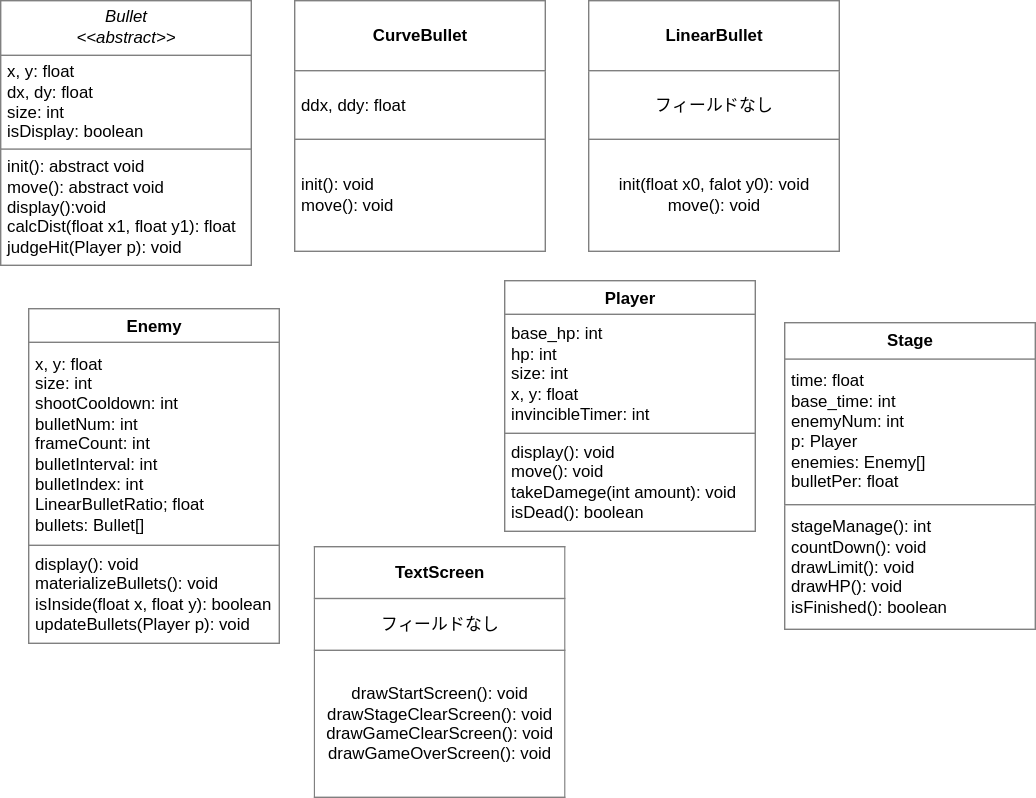
Before: oop_report/uml.drawio.svg, a diagram exported from draw.io (judz218/oop). Source tidied: cells renumbered, new cells last; positions are measured from the earlier drawing's top-left corner, leaving out a move shared by most shapes.
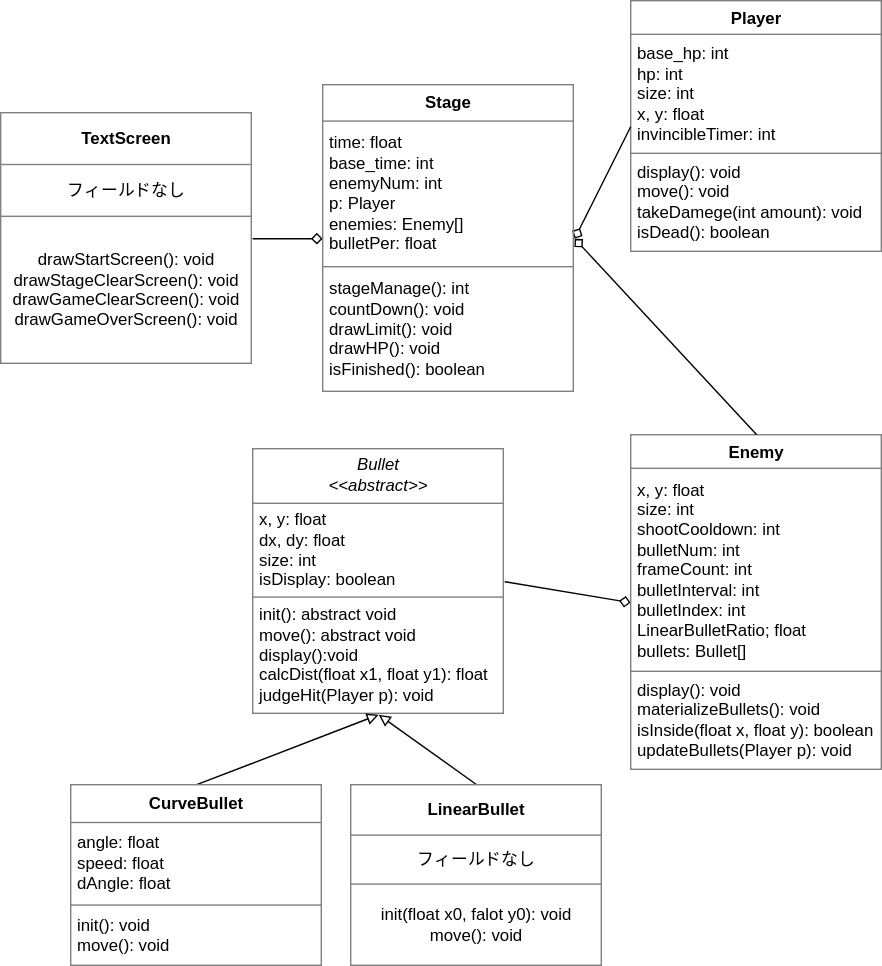
After the commit.

Commit message:
クラス図変えた

Diff of the diagram source:
```diff
@@ -2,26 +2,44 @@
   <root>
     <mxCell id="0" />
     <mxCell id="1" parent="0" />
+    <mxCell id="9" style="edgeStyle=none;html=1;exitX=1;exitY=0.5;exitDx=0;exitDy=0;entryX=0;entryY=0.5;entryDx=0;entryDy=0;startArrow=none;startFill=0;endArrow=diamond;endFill=0;" parent="1" edge="1" source="2" target="4">
+      <mxGeometry relative="1" as="geometry" />
+    </mxCell>
     <mxCell id="2" value="&lt;table border=&quot;1&quot; width=&quot;100%&quot; height=&quot;100%&quot; cellpadding=&quot;4&quot; style=&quot;width:100%;height:100%;border-collapse:collapse;&quot;&gt;&lt;tbody&gt;&lt;tr&gt;&lt;th&gt;&lt;div style=&quot;text-align: center;&quot;&gt;&lt;span style=&quot;background-color: transparent; font-weight: normal;&quot;&gt;&lt;i&gt;Bullet&lt;/i&gt;&lt;/span&gt;&lt;/div&gt;&lt;div style=&quot;text-align: center;&quot;&gt;&lt;span style=&quot;background-color: transparent; font-weight: normal;&quot;&gt;&lt;i&gt;&amp;lt;&amp;lt;abstract&amp;gt;&amp;gt;&lt;/i&gt;&lt;/span&gt;&lt;/div&gt;&lt;/th&gt;&lt;/tr&gt;&lt;tr&gt;&lt;td&gt;x, y: float&lt;br&gt;dx, dy: float&lt;br&gt;size: int&lt;br&gt;isDisplay: boolean&lt;/td&gt;&lt;/tr&gt;&lt;tr&gt;&lt;td&gt;init(): abstract void&lt;br&gt;move(): abstract void&lt;br&gt;display():void&lt;br&gt;calcDist(float x1, float y1): float&lt;br&gt;judgeHit(Player p): void&lt;/td&gt;&lt;/tr&gt;&lt;/tbody&gt;&lt;/table&gt;" style="text;html=1;whiteSpace=wrap;strokeColor=none;fillColor=none;overflow=fill;align=left;" parent="1" vertex="1">
-      <mxGeometry width="180" height="190" as="geometry" />
+      <mxGeometry x="260" y="-810" width="180" height="190" as="geometry" />
     </mxCell>
+    <mxCell id="10" style="edgeStyle=none;html=1;exitX=0.5;exitY=0;exitDx=0;exitDy=0;entryX=0.5;entryY=1;entryDx=0;entryDy=0;endArrow=block;endFill=0;" parent="1" edge="1" source="3" target="2">
+      <mxGeometry relative="1" as="geometry" />
+    </mxCell>
-    <mxCell id="3" value="&lt;table border=&quot;1&quot; width=&quot;100%&quot; height=&quot;100%&quot; cellpadding=&quot;4&quot; style=&quot;width:100%;height:100%;border-collapse:collapse;&quot;&gt;&lt;tbody&gt;&lt;tr&gt;&lt;th style=&quot;text-align: center;&quot;&gt;CurveBullet&lt;br&gt;&lt;/th&gt;&lt;/tr&gt;&lt;tr&gt;&lt;td style=&quot;&quot;&gt;ddx, ddy: float&lt;/td&gt;&lt;/tr&gt;&lt;tr&gt;&lt;td&gt;init(): void&lt;br&gt;move(): void&lt;/td&gt;&lt;/tr&gt;&lt;/tbody&gt;&lt;/table&gt;" style="text;html=1;whiteSpace=wrap;strokeColor=none;fillColor=none;overflow=fill;align=left;" parent="1" vertex="1">
-      <mxGeometry x="210" width="180" height="180" as="geometry" />
+    <mxCell id="3" value="&lt;table border=&quot;1&quot; width=&quot;100%&quot; height=&quot;100%&quot; cellpadding=&quot;4&quot; style=&quot;width:100%;height:100%;border-collapse:collapse;&quot;&gt;&lt;tbody&gt;&lt;tr&gt;&lt;th style=&quot;text-align: center;&quot;&gt;CurveBullet&lt;br&gt;&lt;/th&gt;&lt;/tr&gt;&lt;tr&gt;&lt;td style=&quot;&quot;&gt;angle: float&lt;br&gt;speed: float&lt;br&gt;dAngle: float&lt;/td&gt;&lt;/tr&gt;&lt;tr&gt;&lt;td&gt;init(): void&lt;br&gt;move(): void&lt;/td&gt;&lt;/tr&gt;&lt;/tbody&gt;&lt;/table&gt;" style="text;html=1;whiteSpace=wrap;strokeColor=none;fillColor=none;overflow=fill;align=left;" parent="1" vertex="1">
+      <mxGeometry x="130" y="-570" width="180" height="130" as="geometry" />
     </mxCell>
     <mxCell id="4" value="&lt;table border=&quot;1&quot; width=&quot;100%&quot; height=&quot;100%&quot; cellpadding=&quot;4&quot; style=&quot;width:100%;height:100%;border-collapse:collapse;&quot;&gt;&lt;tbody&gt;&lt;tr&gt;&lt;th align=&quot;center&quot;&gt;Enemy&lt;/th&gt;&lt;/tr&gt;&lt;tr&gt;&lt;td&gt;x, y: float&lt;br&gt;size: int&lt;br&gt;shootCooldown: int&lt;br&gt;bulletNum: int&lt;br&gt;frameCount: int&lt;br&gt;bulletInterval: int&lt;br&gt;bulletIndex: int&lt;br&gt;LinearBulletRatio; float&lt;br&gt;bullets: Bullet[]&lt;/td&gt;&lt;/tr&gt;&lt;tr&gt;&lt;td&gt;display(): void&lt;br&gt;materializeBullets(): void&lt;br&gt;isInside(float x, float y): boolean&lt;br&gt;updateBullets(Player p): void&lt;/td&gt;&lt;/tr&gt;&lt;/tbody&gt;&lt;/table&gt;" style="text;html=1;whiteSpace=wrap;strokeColor=none;fillColor=none;overflow=fill;" parent="1" vertex="1">
-      <mxGeometry x="20" y="220" width="180" height="240" as="geometry" />
+      <mxGeometry x="530" y="-820" width="180" height="240" as="geometry" />
     </mxCell>
     <mxCell id="5" value="&lt;table border=&quot;1&quot; width=&quot;100%&quot; height=&quot;100%&quot; cellpadding=&quot;4&quot; style=&quot;width:100%;height:100%;border-collapse:collapse;&quot;&gt;&lt;tbody&gt;&lt;tr&gt;&lt;th align=&quot;center&quot;&gt;Player&lt;br&gt;&lt;/th&gt;&lt;/tr&gt;&lt;tr&gt;&lt;td&gt;base_hp: int&lt;br&gt;hp: int&lt;br&gt;size: int&lt;br&gt;x, y: float&lt;br&gt;invincibleTimer: int&lt;/td&gt;&lt;/tr&gt;&lt;tr&gt;&lt;td&gt;display(): void&lt;br&gt;move(): void&lt;br&gt;takeDamege(int amount): void&lt;br&gt;isDead(): boolean&lt;/td&gt;&lt;/tr&gt;&lt;/tbody&gt;&lt;/table&gt;" style="text;html=1;whiteSpace=wrap;strokeColor=none;fillColor=none;overflow=fill;" parent="1" vertex="1">
-      <mxGeometry x="360" y="200" width="180" height="180" as="geometry" />
+      <mxGeometry x="530" y="-1130" width="180" height="180" as="geometry" />
     </mxCell>
+    <mxCell id="11" style="edgeStyle=none;html=1;exitX=1;exitY=0.5;exitDx=0;exitDy=0;entryX=0.5;entryY=0;entryDx=0;entryDy=0;startArrow=diamond;startFill=0;endArrow=none;endFill=0;" parent="1" edge="1" source="6" target="4">
+      <mxGeometry relative="1" as="geometry" />
+    </mxCell>
+    <mxCell id="12" style="edgeStyle=none;html=1;exitX=1;exitY=0.5;exitDx=0;exitDy=0;entryX=0;entryY=0.5;entryDx=0;entryDy=0;endArrow=none;endFill=0;startArrow=diamond;startFill=0;" parent="1" edge="1" source="6" target="5">
+      <mxGeometry relative="1" as="geometry" />
+    </mxCell>
+    <mxCell id="13" style="edgeStyle=none;html=1;exitX=0;exitY=0.5;exitDx=0;exitDy=0;entryX=1;entryY=0.5;entryDx=0;entryDy=0;endArrow=none;endFill=0;startArrow=diamond;startFill=0;" parent="1" edge="1" source="6" target="8">
+      <mxGeometry relative="1" as="geometry" />
+    </mxCell>
     <mxCell id="6" value="&lt;table style=&quot;width:100%;height:100%;border-collapse:collapse;&quot; cellpadding=&quot;4&quot; height=&quot;100%&quot; width=&quot;100%&quot; border=&quot;1&quot;&gt;&lt;tbody&gt;&lt;tr&gt;&lt;th align=&quot;center&quot;&gt;Stage&lt;br&gt;&lt;/th&gt;&lt;/tr&gt;&lt;tr&gt;&lt;td&gt;time: float&lt;br&gt;base_time: int&lt;br&gt;enemyNum: int&lt;br&gt;p: Player&lt;br&gt;enemies: Enemy[]&lt;br&gt;bulletPer: float&lt;/td&gt;&lt;/tr&gt;&lt;tr&gt;&lt;td&gt;stageManage(): int&lt;br&gt;countDown(): void&lt;br&gt;drawLimit(): void&lt;br&gt;drawHP(): void&lt;br&gt;isFinished(): boolean&lt;/td&gt;&lt;/tr&gt;&lt;/tbody&gt;&lt;/table&gt;" style="text;html=1;whiteSpace=wrap;strokeColor=none;fillColor=none;overflow=fill;" parent="1" vertex="1">
-      <mxGeometry x="560" y="230" width="180" height="220" as="geometry" />
+      <mxGeometry x="310" y="-1070" width="180" height="220" as="geometry" />
     </mxCell>
+    <mxCell id="14" style="edgeStyle=none;html=1;exitX=0.5;exitY=0;exitDx=0;exitDy=0;endArrow=block;endFill=0;entryX=0.5;entryY=1;entryDx=0;entryDy=0;" parent="1" edge="1" source="7" target="2">
+      <mxGeometry relative="1" as="geometry" />
+    </mxCell>
     <mxCell id="7" value="&lt;table border=&quot;1&quot; width=&quot;100%&quot; height=&quot;100%&quot; cellpadding=&quot;4&quot; style=&quot;width:100%;height:100%;border-collapse:collapse;&quot;&gt;&lt;tbody&gt;&lt;tr&gt;&lt;th align=&quot;center&quot;&gt;LinearBullet&lt;/th&gt;&lt;/tr&gt;&lt;tr&gt;&lt;td align=&quot;center&quot;&gt;フィールドなし&lt;/td&gt;&lt;/tr&gt;&lt;tr&gt;&lt;td align=&quot;center&quot;&gt;init(float x0, falot y0): void&lt;br&gt;move(): void&lt;/td&gt;&lt;/tr&gt;&lt;/tbody&gt;&lt;/table&gt;" style="text;html=1;whiteSpace=wrap;strokeColor=none;fillColor=none;overflow=fill;" parent="1" vertex="1">
-      <mxGeometry x="420" width="180" height="180" as="geometry" />
+      <mxGeometry x="330" y="-570" width="180" height="130" as="geometry" />
     </mxCell>
     <mxCell id="8" value="&lt;table border=&quot;1&quot; width=&quot;100%&quot; height=&quot;100%&quot; cellpadding=&quot;4&quot; style=&quot;width:100%;height:100%;border-collapse:collapse;&quot;&gt;&lt;tbody&gt;&lt;tr&gt;&lt;th align=&quot;center&quot;&gt;TextScreen&lt;br&gt;&lt;/th&gt;&lt;/tr&gt;&lt;tr&gt;&lt;td align=&quot;center&quot;&gt;フィールドなし&lt;/td&gt;&lt;/tr&gt;&lt;tr&gt;&lt;td align=&quot;center&quot;&gt;drawStartScreen(): void&lt;br&gt;drawStageClearScreen(): void&lt;br&gt;drawGameClearScreen(): void&lt;br&gt;drawGameOverScreen(): void&lt;br&gt;&lt;/td&gt;&lt;/tr&gt;&lt;/tbody&gt;&lt;/table&gt;" style="text;html=1;whiteSpace=wrap;strokeColor=none;fillColor=none;overflow=fill;" parent="1" vertex="1">
-      <mxGeometry x="224" y="390" width="180" height="180" as="geometry" />
+      <mxGeometry x="80" y="-1050" width="180" height="180" as="geometry" />
     </mxCell>
   </root>
 </mxGraphModel>
```
